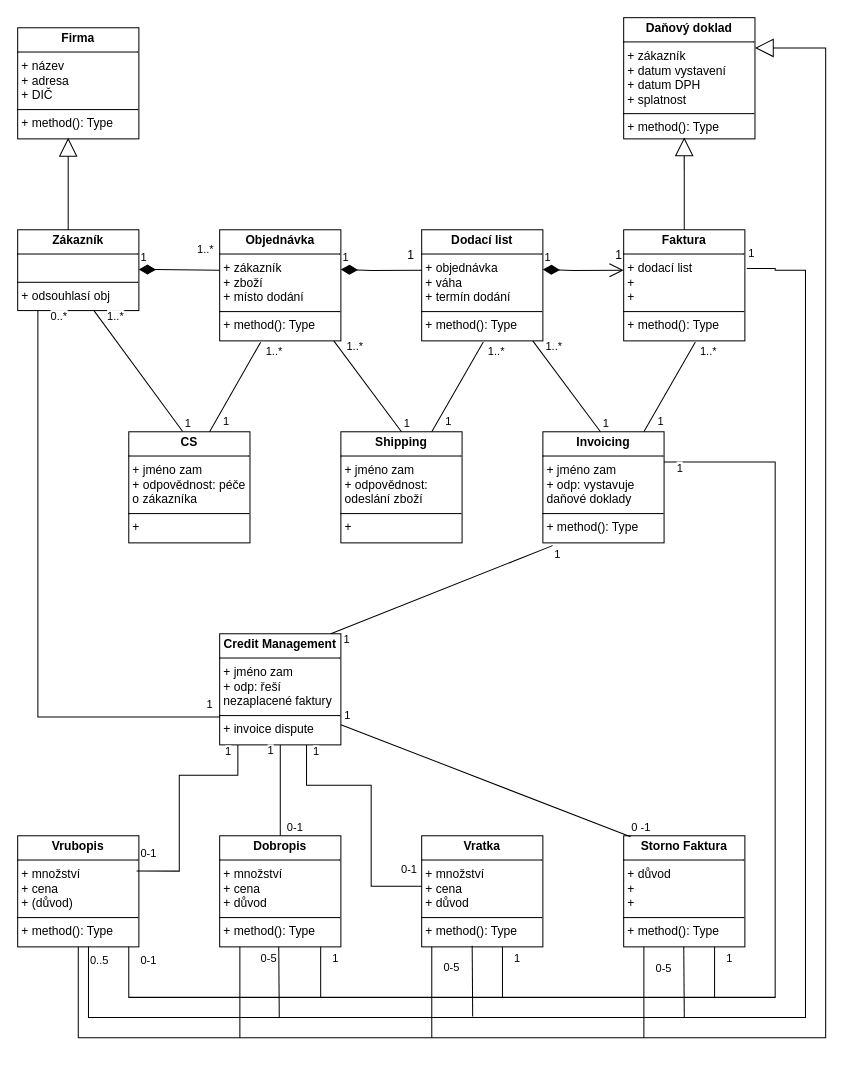
The draw.io diagram tok dokladu oprava (9).drawio in xmardol40/pg, before the edit. Source tidied: cells renumbered, new cells numbered last; positions are measured from the earlier drawing's top-left corner, leaving out a move shared by most shapes. Both pictures are drawn from the tidied source at 101%, with x=0, y=0 at pixel (17, 17).
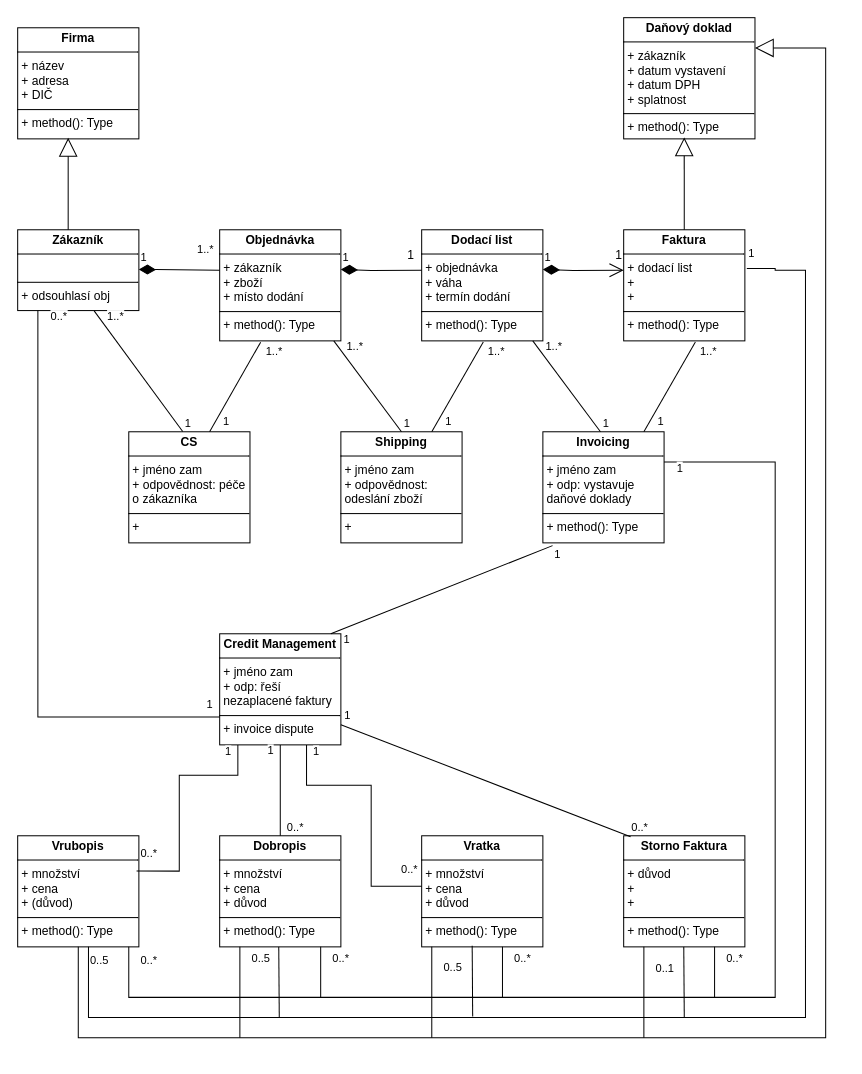
Above is the later version.

Unchanged cells that the change refers to:
```xml
<mxCell id="41" style="endArrow=none;html=1;endSize=12;startArrow=none;startSize=14;startFill=0;rounded=0;exitX=0.631;exitY=1.004;exitDx=0;exitDy=0;exitPerimeter=0;edgeStyle=orthogonalEdgeStyle;endFill=0;" parent="1" edge="1">
  <mxGeometry relative="1" as="geometry">
    <mxPoint x="286" y="720" as="sourcePoint" />
    <mxPoint x="400" y="860" as="targetPoint" />
    <Array as="points">
      <mxPoint x="286" y="760" />
      <mxPoint x="350" y="760" />
      <mxPoint x="350" y="860" />
    </Array>
  </mxGeometry>
</mxCell>
<mxCell id="44" style="endArrow=none;html=1;endSize=12;startArrow=none;startSize=14;startFill=0;rounded=0;exitX=0.631;exitY=1.004;exitDx=0;exitDy=0;exitPerimeter=0;entryX=0.057;entryY=0.009;entryDx=0;entryDy=0;entryPerimeter=0;endFill=0;" parent="1" edge="1" target="12">
  <mxGeometry relative="1" as="geometry">
    <mxPoint x="320" y="700" as="sourcePoint" />
  </mxGeometry>
</mxCell>
<mxCell id="47" style="endArrow=none;html=1;endSize=12;startArrow=none;startSize=14;startFill=0;rounded=0;exitX=0.631;exitY=1.004;exitDx=0;exitDy=0;exitPerimeter=0;endFill=0;" parent="1" edge="1">
  <mxGeometry relative="1" as="geometry">
    <mxPoint x="260" y="720" as="sourcePoint" />
    <mxPoint x="260" y="810" as="targetPoint" />
  </mxGeometry>
</mxCell>
<mxCell id="50" style="endArrow=none;html=1;endSize=12;startArrow=none;startSize=14;startFill=0;rounded=0;exitX=0.631;exitY=1.004;exitDx=0;exitDy=0;exitPerimeter=0;edgeStyle=orthogonalEdgeStyle;entryX=0.981;entryY=0.318;entryDx=0;entryDy=0;entryPerimeter=0;endFill=0;" parent="1" edge="1" target="15">
  <mxGeometry relative="1" as="geometry">
    <mxPoint x="218" y="720" as="sourcePoint" />
    <Array as="points">
      <mxPoint x="218" y="750" />
      <mxPoint x="160" y="750" />
      <mxPoint x="160" y="845" />
    </Array>
  </mxGeometry>
</mxCell>
```

The edit, as a diff of the source:
```diff
@@
-    <mxCell id="42" value="0-1" style="edgeLabel;html=1;align=left;verticalAlign=top;" parent="41" vertex="1">
+    <mxCell id="42" value="0..*" style="edgeLabel;html=1;align=left;verticalAlign=top;" parent="41" vertex="1">
       <mxGeometry x="-1" relative="1" as="geometry">
         <mxPoint x="92" y="110" as="offset" />
       </mxGeometry>
     </mxCell>
@@
-    <mxCell id="45" value="0 -1" style="edgeLabel;html=1;align=left;verticalAlign=top;" parent="44" vertex="1">
+    <mxCell id="45" value="0..*" style="edgeLabel;html=1;align=left;verticalAlign=top;" parent="44" vertex="1">
       <mxGeometry x="-1" relative="1" as="geometry">
         <mxPoint x="286" y="89" as="offset" />
       </mxGeometry>
     </mxCell>
@@
-    <mxCell id="48" value="0-1" style="edgeLabel;html=1;align=left;verticalAlign=top;" parent="47" vertex="1">
+    <mxCell id="48" value="0..*" style="edgeLabel;html=1;align=left;verticalAlign=top;" parent="47" vertex="1">
       <mxGeometry x="-1" relative="1" as="geometry">
         <mxPoint x="5" y="69" as="offset" />
       </mxGeometry>
     </mxCell>
@@
-    <mxCell id="51" value="0-1" style="edgeLabel;html=1;align=left;verticalAlign=top;" parent="50" vertex="1">
+    <mxCell id="51" value="0..*" style="edgeLabel;html=1;align=left;verticalAlign=top;" parent="50" vertex="1">
       <mxGeometry x="-1" relative="1" as="geometry">
         <mxPoint x="-98" y="95" as="offset" />
       </mxGeometry>
     </mxCell>
@@
-    <mxCell id="62" value="0-1" style="edgeLabel;html=1;align=left;verticalAlign=top;" parent="1" vertex="1">
+    <mxCell id="62" value="0..*" style="edgeLabel;html=1;align=left;verticalAlign=top;" parent="1" vertex="1">
       <mxGeometry x="120" y="920" as="geometry" />
     </mxCell>
-    <mxCell id="63" value="1" style="endArrow=none;html=1;endSize=12;startArrow=none;startSize=14;startFill=0;align=left;verticalAlign=bottom;rounded=0;endFill=0;" parent="1" edge="1">
+    <mxCell id="63" value="0..*" style="endArrow=none;html=1;endSize=12;startArrow=none;startSize=14;startFill=0;align=left;verticalAlign=bottom;rounded=0;endFill=0;" parent="1" edge="1">
       <mxGeometry x="0.2" y="-10" relative="1" as="geometry">
         <mxPoint x="300" y="970" as="sourcePoint" />
         <mxPoint x="300" y="920" as="targetPoint" />
       </mxGeometry>
     </mxCell>
-    <mxCell id="64" value="1" style="endArrow=none;html=1;endSize=12;startArrow=none;startSize=14;startFill=0;align=left;verticalAlign=bottom;rounded=0;endFill=0;" parent="1" edge="1">
+    <mxCell id="64" value="0..*" style="endArrow=none;html=1;endSize=12;startArrow=none;startSize=14;startFill=0;align=left;verticalAlign=bottom;rounded=0;endFill=0;" parent="1" edge="1">
       <mxGeometry x="0.2" y="-10" relative="1" as="geometry">
         <mxPoint x="480" y="970" as="sourcePoint" />
         <mxPoint x="480" y="920" as="targetPoint" />
       </mxGeometry>
     </mxCell>
-    <mxCell id="65" value="1" style="endArrow=none;html=1;endSize=12;startArrow=none;startSize=14;startFill=0;align=left;verticalAlign=bottom;rounded=0;endFill=0;" parent="1" edge="1">
+    <mxCell id="65" value="0..*" style="endArrow=none;html=1;endSize=12;startArrow=none;startSize=14;startFill=0;align=left;verticalAlign=bottom;rounded=0;endFill=0;" parent="1" edge="1">
       <mxGeometry x="0.2" y="-10" relative="1" as="geometry">
         <mxPoint x="690" y="970" as="sourcePoint" />
         <mxPoint x="690" y="920" as="targetPoint" />
       </mxGeometry>
     </mxCell>
-    <mxCell id="66" value="0-5" style="endArrow=none;html=1;endSize=12;startArrow=none;startSize=14;startFill=0;align=left;verticalAlign=bottom;rounded=0;endFill=0;" parent="1" edge="1">
-      <mxGeometry x="0.43" y="20" relative="1" as="geometry">
+    <mxCell id="66" value="0..5" style="endArrow=none;html=1;endSize=12;startArrow=none;startSize=14;startFill=0;align=left;verticalAlign=bottom;rounded=0;endFill=0;" parent="1" edge="1">
+      <mxGeometry x="0.43" y="29" relative="1" as="geometry">
         <mxPoint x="259" y="990" as="sourcePoint" />
         <mxPoint x="258.5" y="920" as="targetPoint" />
       </mxGeometry>
     </mxCell>
-    <mxCell id="67" value="0-5" style="endArrow=none;html=1;endSize=12;startArrow=none;startSize=14;startFill=0;align=left;verticalAlign=bottom;rounded=0;endFill=0;" parent="1" edge="1">
+    <mxCell id="67" value="0..5" style="endArrow=none;html=1;endSize=12;startArrow=none;startSize=14;startFill=0;align=left;verticalAlign=bottom;rounded=0;endFill=0;" parent="1" edge="1">
       <mxGeometry x="0.15" y="30" relative="1" as="geometry">
         <mxPoint x="450.5" y="989" as="sourcePoint" />
         <mxPoint x="450" y="919" as="targetPoint" />
       </mxGeometry>
     </mxCell>
-    <mxCell id="68" value="0-5" style="endArrow=none;html=1;endSize=12;startArrow=none;startSize=14;startFill=0;align=left;verticalAlign=bottom;rounded=0;endFill=0;" parent="1" edge="1">
+    <mxCell id="68" value="0..1" style="endArrow=none;html=1;endSize=12;startArrow=none;startSize=14;startFill=0;align=left;verticalAlign=bottom;rounded=0;endFill=0;" parent="1" edge="1">
       <mxGeometry x="0.15" y="30" relative="1" as="geometry">
         <mxPoint x="660" y="990" as="sourcePoint" />
         <mxPoint x="659.5" y="920" as="targetPoint" />
       </mxGeometry>
     </mxCell>
```
